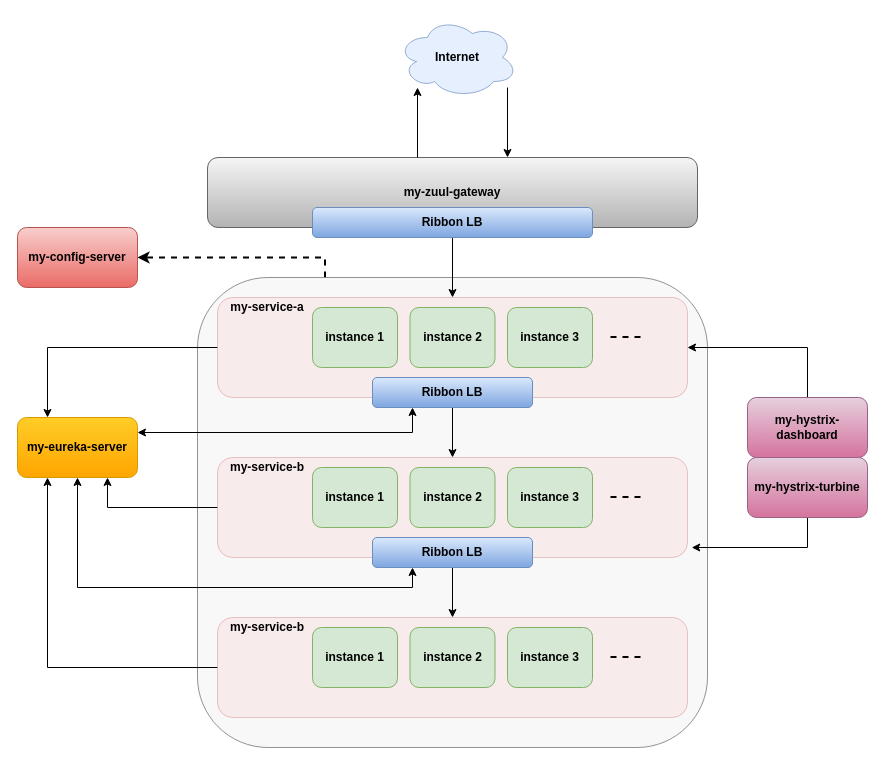
This is screenshot/microservice_architecture.drawio from Hitman007IN/build-microservice-with-spring-cloud-netflixoss, a draw.io file, before an edit. Source tidied: cells renumbered, new cells numbered last; positions are measured from the earlier drawing's top-left corner, leaving out a move shared by most shapes. Both pictures are drawn from the tidied source at 100%, with x=0, y=0 at pixel (17, 17).
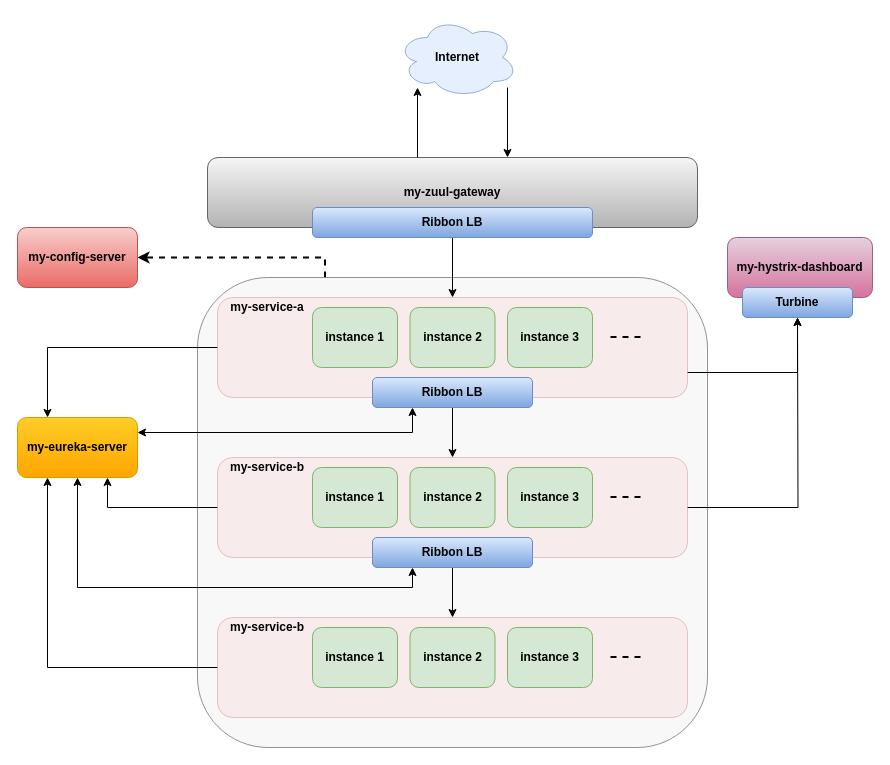
The same diagram, later.

The change refers to these unchanged cells:
```xml
<mxCell id="5" style="rounded=1;whiteSpace=wrap;html=1;fillColor=#f8cecc;strokeColor=#b85450;opacity=30;" parent="1" vertex="1">
  <mxGeometry x="200" y="280" width="470" height="100" as="geometry" />
</mxCell>
<mxCell id="23" style="rounded=1;whiteSpace=wrap;html=1;fillColor=#f8cecc;strokeColor=#b85450;opacity=30;" parent="1" vertex="1">
  <mxGeometry x="200" y="440" width="470" height="100" as="geometry" />
</mxCell>
```

The edit, as a diff of the source:
```diff
@@
+    <mxCell id="43" style="edgeStyle=orthogonalEdgeStyle;rounded=0;jettySize=auto;html=1;exitX=1;exitY=0.75;exitDx=0;exitDy=0;entryX=0.5;entryY=1;entryDx=0;entryDy=0;startArrow=none;startFill=0;strokeWidth=1;" parent="1" edge="1" source="5" target="45">
+      <mxGeometry relative="1" as="geometry" />
+    </mxCell>
@@
-    <mxCell id="12" style="edgeStyle=orthogonalEdgeStyle;rounded=0;jettySize=auto;html=1;exitX=0.5;exitY=0;exitDx=0;exitDy=0;entryX=1;entryY=0.5;entryDx=0;entryDy=0;startArrow=none;startFill=0;strokeWidth=1;" parent="1" edge="1" source="13" target="5">
-      <mxGeometry relative="1" as="geometry" />
-    </mxCell>
-    <mxCell id="13" value="&lt;b&gt;my-hystrix-dashboard&lt;/b&gt;" style="rounded=1;whiteSpace=wrap;html=1;fillColor=#e6d0de;strokeColor=#996185;gradientColor=#d5739d;" parent="1" vertex="1">
-      <mxGeometry x="730" y="380" width="120" height="60" as="geometry" />
+    <mxCell id="13" value="&lt;b&gt;my-hystrix-dashboard&lt;/b&gt;" style="rounded=1;whiteSpace=wrap;html=1;fillColor=#e6d0de;strokeColor=#996185;gradientColor=#d5739d;rotation=0;" parent="1" vertex="1">
+      <mxGeometry x="710" y="220" width="145" height="60" as="geometry" />
     </mxCell>
-    <mxCell id="14" style="edgeStyle=orthogonalEdgeStyle;rounded=0;jettySize=auto;html=1;exitX=0.5;exitY=1;exitDx=0;exitDy=0;entryX=1.009;entryY=0.9;entryDx=0;entryDy=0;entryPerimeter=0;startArrow=none;startFill=0;strokeWidth=1;" parent="1" edge="1" source="15" target="23">
-      <mxGeometry relative="1" as="geometry" />
-    </mxCell>
-    <mxCell id="15" value="&lt;b&gt;my-hystrix-turbine&lt;/b&gt;" style="rounded=1;whiteSpace=wrap;html=1;fillColor=#e6d0de;strokeColor=#996185;gradientColor=#d5739d;" parent="1" vertex="1">
-      <mxGeometry x="730" y="440" width="120" height="60" as="geometry" />
-    </mxCell>
@@
+    <mxCell id="44" style="edgeStyle=orthogonalEdgeStyle;rounded=0;jettySize=auto;html=1;exitX=1;exitY=0.5;exitDx=0;exitDy=0;startArrow=none;startFill=0;strokeWidth=1;" parent="1" edge="1" source="23">
+      <mxGeometry relative="1" as="geometry">
+        <mxPoint x="780" y="300" as="targetPoint" />
+      </mxGeometry>
+    </mxCell>
@@
+    <mxCell id="45" value="&lt;b&gt;Turbine&lt;/b&gt;" style="rounded=1;whiteSpace=wrap;html=1;fillColor=#dae8fc;strokeColor=#6c8ebf;gradientColor=#7ea6e0;rotation=0;" parent="1" vertex="1">
+      <mxGeometry x="725" y="270" width="110" height="30" as="geometry" />
+    </mxCell>
```
